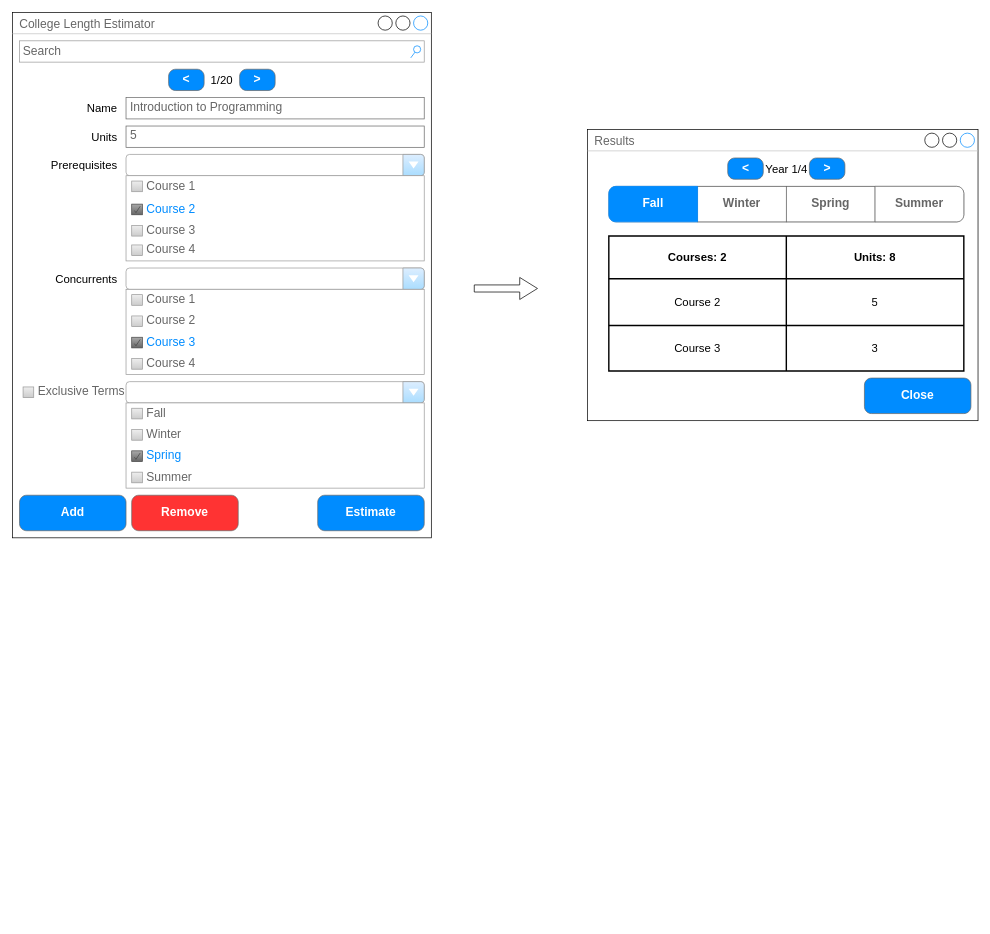
Above: page "Mock" (2 of 2) of docs/CLE.drawio in divark/college-length-estimator (draw.io), before the change. Source tidied: cells renumbered, new cells numbered last; positions are measured from the earlier drawing's top-left corner, leaving out a move shared by most shapes. Both pictures are drawn from the tidied source at 71%, with x=0, y=0 at pixel (12, 12).
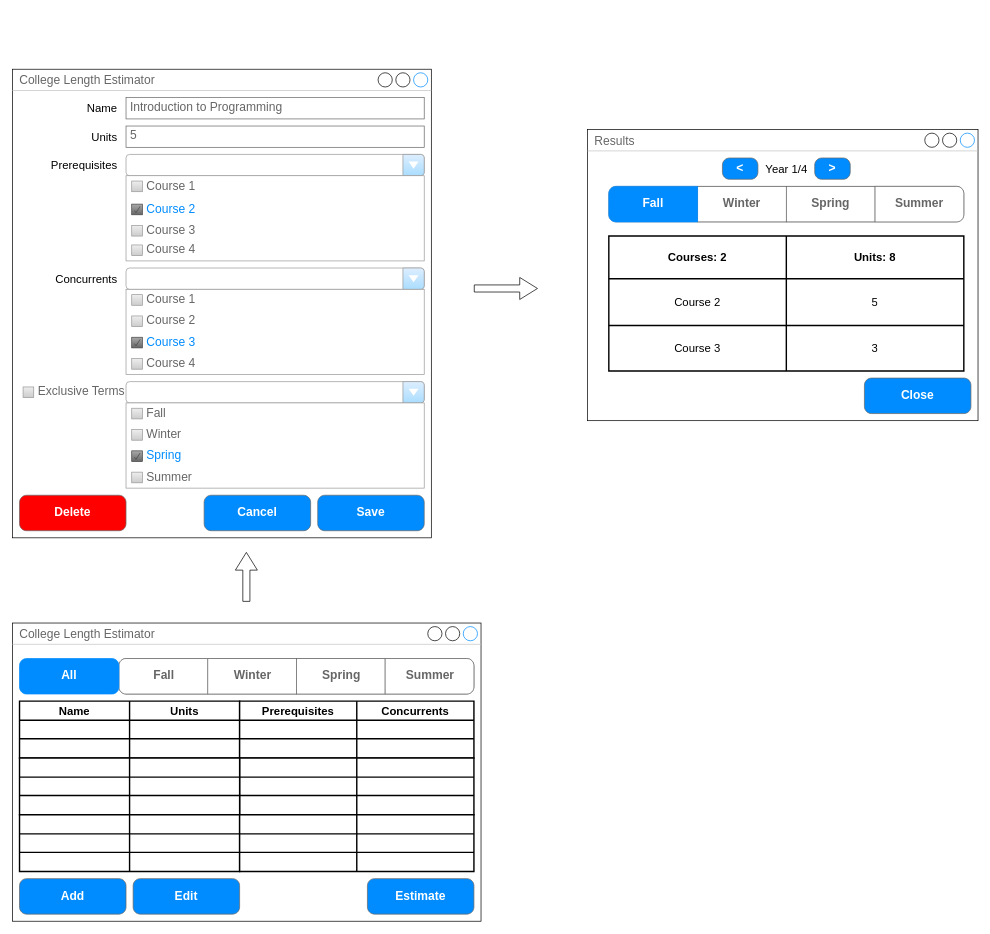
Above is the later version.

Commit message:
Updated mock diagram for new table style view.

The edit, as a diff of the source:
```diff
@@
     <mxCell id="2" value="College Length Estimator" style="strokeWidth=1;shadow=0;dashed=0;align=center;html=1;shape=mxgraph.mockup.containers.window;align=left;verticalAlign=top;spacingLeft=8;strokeColor2=#008cff;strokeColor3=#c4c4c4;fontColor=#666666;mainText=;fontSize=17;labelBackgroundColor=none;whiteSpace=wrap;" parent="1" vertex="1">
-      <mxGeometry width="590" height="740" as="geometry" />
+      <mxGeometry y="80" width="590" height="660" as="geometry" />
     </mxCell>
@@
-    <mxCell id="27" value="Search" style="strokeWidth=1;shadow=0;dashed=0;align=center;html=1;shape=mxgraph.mockup.forms.searchBox;strokeColor=#999999;mainText=;strokeColor2=#008cff;fontColor=#666666;fontSize=17;align=left;spacingLeft=3;whiteSpace=wrap;" parent="1" vertex="1">
-      <mxGeometry x="10" y="40" width="570" height="30" as="geometry" />
-    </mxCell>
@@
-    <mxCell id="29" value="Estimate" style="strokeWidth=1;shadow=0;dashed=0;align=center;html=1;shape=mxgraph.mockup.buttons.button;strokeColor=#666666;fontColor=#ffffff;mainText=;buttonStyle=round;fontSize=17;fontStyle=1;fillColor=#008cff;whiteSpace=wrap;" parent="1" vertex="1">
-      <mxGeometry x="430" y="680" width="150" height="50" as="geometry" />
-    </mxCell>
-    <mxCell id="30" value="1/20" style="text;html=1;strokeColor=none;fillColor=none;align=center;verticalAlign=middle;whiteSpace=wrap;rounded=0;fontSize=16;" parent="1" vertex="1">
-      <mxGeometry x="265" y="80" width="60" height="30" as="geometry" />
-    </mxCell>
-    <mxCell id="31" value="&amp;lt;" style="strokeWidth=1;shadow=0;dashed=0;align=center;html=1;shape=mxgraph.mockup.buttons.button;strokeColor=#666666;fontColor=#ffffff;mainText=;buttonStyle=round;fontSize=17;fontStyle=1;fillColor=#008cff;whiteSpace=wrap;" parent="1" vertex="1">
-      <mxGeometry x="220" y="80" width="50" height="30" as="geometry" />
-    </mxCell>
-    <mxCell id="32" value="&amp;gt;" style="strokeWidth=1;shadow=0;dashed=0;align=center;html=1;shape=mxgraph.mockup.buttons.button;strokeColor=#666666;fontColor=#ffffff;mainText=;buttonStyle=round;fontSize=17;fontStyle=1;fillColor=#008cff;whiteSpace=wrap;" parent="1" vertex="1">
-      <mxGeometry x="320" y="80" width="50" height="30" as="geometry" />
-    </mxCell>
-    <mxCell id="33" value="Add" style="strokeWidth=1;shadow=0;dashed=0;align=center;html=1;shape=mxgraph.mockup.buttons.button;strokeColor=#666666;fontColor=#ffffff;mainText=;buttonStyle=round;fontSize=17;fontStyle=1;fillColor=#008cff;whiteSpace=wrap;" parent="1" vertex="1">
-      <mxGeometry x="10" y="680" width="150" height="50" as="geometry" />
-    </mxCell>
-    <mxCell id="34" value="Remove" style="strokeWidth=1;shadow=0;dashed=0;align=center;html=1;shape=mxgraph.mockup.buttons.button;strokeColor=#666666;fontColor=#ffffff;mainText=;buttonStyle=round;fontSize=17;fontStyle=1;fillColor=#FF3333;whiteSpace=wrap;" parent="1" vertex="1">
-      <mxGeometry x="168" y="680" width="150" height="50" as="geometry" />
-    </mxCell>
@@
     <mxCell id="42" value="&amp;lt;" style="strokeWidth=1;shadow=0;dashed=0;align=center;html=1;shape=mxgraph.mockup.buttons.button;strokeColor=#666666;fontColor=#ffffff;mainText=;buttonStyle=round;fontSize=17;fontStyle=1;fillColor=#008cff;whiteSpace=wrap;" parent="1" vertex="1">
-      <mxGeometry x="1007.5" y="205" width="50" height="30" as="geometry" />
+      <mxGeometry x="1000" y="205" width="50" height="30" as="geometry" />
     </mxCell>
     <mxCell id="43" value="&amp;gt;" style="strokeWidth=1;shadow=0;dashed=0;align=center;html=1;shape=mxgraph.mockup.buttons.button;strokeColor=#666666;fontColor=#ffffff;mainText=;buttonStyle=round;fontSize=17;fontStyle=1;fillColor=#008cff;whiteSpace=wrap;" parent="1" vertex="1">
-      <mxGeometry x="1122.5" y="205" width="50" height="30" as="geometry" />
+      <mxGeometry x="1130" y="205" width="50" height="30" as="geometry" />
     </mxCell>
@@
+    <mxCell id="56" value="Save" style="strokeWidth=1;shadow=0;dashed=0;align=center;html=1;shape=mxgraph.mockup.buttons.button;strokeColor=#666666;fontColor=#ffffff;mainText=;buttonStyle=round;fontSize=17;fontStyle=1;fillColor=#008cff;whiteSpace=wrap;" parent="1" vertex="1">
+      <mxGeometry x="430" y="680" width="150" height="50" as="geometry" />
+    </mxCell>
+    <mxCell id="57" value="Cancel" style="strokeWidth=1;shadow=0;dashed=0;align=center;html=1;shape=mxgraph.mockup.buttons.button;strokeColor=#666666;fontColor=#ffffff;mainText=;buttonStyle=round;fontSize=17;fontStyle=1;fillColor=#008cff;whiteSpace=wrap;" parent="1" vertex="1">
+      <mxGeometry x="270" y="680" width="150" height="50" as="geometry" />
+    </mxCell>
+    <mxCell id="58" value="College Length Estimator" style="strokeWidth=1;shadow=0;dashed=0;align=center;html=1;shape=mxgraph.mockup.containers.window;align=left;verticalAlign=top;spacingLeft=8;strokeColor2=#008cff;strokeColor3=#c4c4c4;fontColor=#666666;mainText=;fontSize=17;labelBackgroundColor=none;" parent="1" vertex="1">
+      <mxGeometry y="860" width="660" height="420" as="geometry" />
+    </mxCell>
+    <mxCell id="59" style="shape=table;html=1;whiteSpace=wrap;startSize=0;childLayout=tableLayout;strokeWidth=2;fontSize=16;" parent="1" vertex="1">
+      <mxGeometry x="10" y="970" width="310" height="80" as="geometry" />
+    </mxCell>
+    <mxCell id="60" style="shape=tableRow;horizontal=0;startSize=0;swimlaneHead=0;swimlaneBody=0;top=0;left=0;bottom=0;right=0;fillColor=none;fontSize=16;" parent="59" vertex="1">
+      <mxGeometry width="310" height="27" as="geometry" />
+    </mxCell>
+    <mxCell id="61" value="Name" style="shape=partialRectangle;html=1;whiteSpace=wrap;fillColor=none;top=0;left=0;bottom=0;right=0;overflow=hidden;fontStyle=1;fontSize=16;" parent="60" vertex="1">
+      <mxGeometry width="155" height="27" as="geometry" />
+    </mxCell>
+    <mxCell id="62" value="Units" style="shape=partialRectangle;html=1;whiteSpace=wrap;fillColor=none;top=0;left=0;bottom=0;right=0;overflow=hidden;fontStyle=1;fontSize=16;" parent="60" vertex="1">
+      <mxGeometry x="155" width="155" height="27" as="geometry" />
+    </mxCell>
+    <mxCell id="63" style="shape=tableRow;horizontal=0;startSize=0;swimlaneHead=0;swimlaneBody=0;top=0;left=0;bottom=0;right=0;fillColor=none;fontSize=16;" parent="59" vertex="1">
+      <mxGeometry y="27" width="310" height="26" as="geometry" />
+    </mxCell>
+    <mxCell id="64" style="shape=partialRectangle;html=1;whiteSpace=wrap;fillColor=none;top=0;left=0;bottom=0;right=0;overflow=hidden;fontSize=16;" parent="63" vertex="1">
+      <mxGeometry width="155" height="26" as="geometry" />
+    </mxCell>
+    <mxCell id="65" style="shape=partialRectangle;html=1;whiteSpace=wrap;fillColor=none;top=0;left=0;bottom=0;right=0;overflow=hidden;fontSize=16;" parent="63" vertex="1">
+      <mxGeometry x="155" width="155" height="26" as="geometry" />
+    </mxCell>
+    <mxCell id="66" style="shape=tableRow;horizontal=0;startSize=0;swimlaneHead=0;swimlaneBody=0;top=0;left=0;bottom=0;right=0;fillColor=none;fontSize=16;" parent="59" vertex="1">
+      <mxGeometry y="53" width="310" height="27" as="geometry" />
+    </mxCell>
+    <mxCell id="67" style="shape=partialRectangle;html=1;whiteSpace=wrap;fillColor=none;top=0;left=0;bottom=0;right=0;overflow=hidden;fontSize=16;" parent="66" vertex="1">
+      <mxGeometry width="155" height="27" as="geometry" />
+    </mxCell>
+    <mxCell id="68" style="shape=partialRectangle;html=1;whiteSpace=wrap;fillColor=none;top=0;left=0;bottom=0;right=0;overflow=hidden;fontSize=16;" parent="66" vertex="1">
+      <mxGeometry x="155" width="155" height="27" as="geometry" />
+    </mxCell>
+    <mxCell id="69" style="shape=table;html=1;whiteSpace=wrap;startSize=0;childLayout=tableLayout;strokeWidth=2;fontSize=16;" parent="1" vertex="1">
+      <mxGeometry x="320" y="970" width="330" height="80" as="geometry" />
+    </mxCell>
+    <mxCell id="70" style="shape=tableRow;horizontal=0;startSize=0;swimlaneHead=0;swimlaneBody=0;top=0;left=0;bottom=0;right=0;fillColor=none;fontSize=16;" parent="69" vertex="1">
+      <mxGeometry width="330" height="27" as="geometry" />
+    </mxCell>
+    <mxCell id="71" value="Prerequisites" style="shape=partialRectangle;html=1;whiteSpace=wrap;fillColor=none;top=0;left=0;bottom=0;right=0;overflow=hidden;fontStyle=1;fontSize=16;" parent="70" vertex="1">
+      <mxGeometry width="165" height="27" as="geometry" />
+    </mxCell>
+    <mxCell id="72" value="Concurrents" style="shape=partialRectangle;html=1;whiteSpace=wrap;fillColor=none;top=0;left=0;bottom=0;right=0;overflow=hidden;fontStyle=1;fontSize=16;" parent="70" vertex="1">
+      <mxGeometry x="165" width="165" height="27" as="geometry" />
+    </mxCell>
+    <mxCell id="73" style="shape=tableRow;horizontal=0;startSize=0;swimlaneHead=0;swimlaneBody=0;top=0;left=0;bottom=0;right=0;fillColor=none;fontSize=16;" parent="69" vertex="1">
+      <mxGeometry y="27" width="330" height="26" as="geometry" />
+    </mxCell>
+    <mxCell id="74" style="shape=partialRectangle;html=1;whiteSpace=wrap;fillColor=none;top=0;left=0;bottom=0;right=0;overflow=hidden;fontSize=16;" parent="73" vertex="1">
+      <mxGeometry width="165" height="26" as="geometry" />
+    </mxCell>
+    <mxCell id="75" style="shape=partialRectangle;html=1;whiteSpace=wrap;fillColor=none;top=0;left=0;bottom=0;right=0;overflow=hidden;fontSize=16;" parent="73" vertex="1">
+      <mxGeometry x="165" width="165" height="26" as="geometry" />
+    </mxCell>
+    <mxCell id="76" style="shape=tableRow;horizontal=0;startSize=0;swimlaneHead=0;swimlaneBody=0;top=0;left=0;bottom=0;right=0;fillColor=none;fontSize=16;" parent="69" vertex="1">
+      <mxGeometry y="53" width="330" height="27" as="geometry" />
+    </mxCell>
+    <mxCell id="77" style="shape=partialRectangle;html=1;whiteSpace=wrap;fillColor=none;top=0;left=0;bottom=0;right=0;overflow=hidden;fontSize=16;" parent="76" vertex="1">
+      <mxGeometry width="165" height="27" as="geometry" />
+    </mxCell>
+    <mxCell id="78" style="shape=partialRectangle;html=1;whiteSpace=wrap;fillColor=none;top=0;left=0;bottom=0;right=0;overflow=hidden;fontSize=16;" parent="76" vertex="1">
+      <mxGeometry x="165" width="165" height="27" as="geometry" />
+    </mxCell>
+    <mxCell id="79" style="strokeWidth=1;shadow=0;dashed=0;align=center;html=1;shape=mxgraph.mockup.rrect;rSize=10;fillColor=#ffffff;strokeColor=#666666;sketch=0;fontSize=16;" parent="1" vertex="1">
+      <mxGeometry x="150" y="910" width="500" height="50" as="geometry" />
+    </mxCell>
+    <mxCell id="80" value="Winter" style="strokeColor=inherit;fillColor=inherit;gradientColor=inherit;strokeWidth=1;shadow=0;dashed=0;align=center;html=1;shape=mxgraph.mockup.rrect;rSize=0;fontSize=17;fontColor=#666666;fontStyle=1;sketch=0;" parent="79" vertex="1">
+      <mxGeometry width="125" height="50" relative="1" as="geometry">
+        <mxPoint x="125" as="offset" />
+      </mxGeometry>
+    </mxCell>
+    <mxCell id="81" value="Spring" style="strokeColor=inherit;fillColor=inherit;gradientColor=inherit;strokeWidth=1;shadow=0;dashed=0;align=center;html=1;shape=mxgraph.mockup.rrect;rSize=0;fontSize=17;fontColor=#666666;fontStyle=1;sketch=0;" parent="79" vertex="1">
+      <mxGeometry width="125" height="50" relative="1" as="geometry">
+        <mxPoint x="250" as="offset" />
+      </mxGeometry>
+    </mxCell>
+    <mxCell id="82" value="Summer" style="strokeColor=inherit;fillColor=inherit;gradientColor=inherit;strokeWidth=1;shadow=0;dashed=0;align=center;html=1;shape=mxgraph.mockup.rightButton;rSize=10;fontSize=17;fontColor=#666666;fontStyle=1;sketch=0;" parent="79" vertex="1">
+      <mxGeometry x="1" width="125" height="50" relative="1" as="geometry">
+        <mxPoint x="-125" as="offset" />
+      </mxGeometry>
+    </mxCell>
+    <mxCell id="83" value="Fall" style="strokeWidth=1;shadow=0;dashed=0;align=center;html=1;shape=mxgraph.mockup.leftButton;rSize=10;fontSize=17;fontColor=#666666;fontStyle=1;fillColor=inherit;strokeColor=inherit;sketch=0;gradientColor=inherit;" parent="79" vertex="1">
+      <mxGeometry width="125" height="50" relative="1" as="geometry" />
+    </mxCell>
+    <mxCell id="29" value="Estimate" style="strokeWidth=1;shadow=0;dashed=0;align=center;html=1;shape=mxgraph.mockup.buttons.button;strokeColor=#666666;fontColor=#ffffff;mainText=;buttonStyle=round;fontSize=17;fontStyle=1;fillColor=#008cff;whiteSpace=wrap;sketch=0;" parent="1" vertex="1">
+      <mxGeometry x="500" y="1220" width="150" height="50" as="geometry" />
+    </mxCell>
+    <mxCell id="84" style="shape=table;html=1;whiteSpace=wrap;startSize=0;childLayout=tableLayout;strokeWidth=2;fontSize=16;" parent="1" vertex="1">
+      <mxGeometry x="320" y="1050" width="330" height="80" as="geometry" />
+    </mxCell>
+    <mxCell id="85" style="shape=tableRow;horizontal=0;startSize=0;swimlaneHead=0;swimlaneBody=0;top=0;left=0;bottom=0;right=0;fillColor=none;fontSize=16;" parent="84" vertex="1">
+      <mxGeometry width="330" height="27" as="geometry" />
+    </mxCell>
+    <mxCell id="86" style="shape=partialRectangle;html=1;whiteSpace=wrap;fillColor=none;top=0;left=0;bottom=0;right=0;overflow=hidden;fontStyle=1;fontSize=16;" parent="85" vertex="1">
+      <mxGeometry width="165" height="27" as="geometry" />
+    </mxCell>
+    <mxCell id="87" style="shape=partialRectangle;html=1;whiteSpace=wrap;fillColor=none;top=0;left=0;bottom=0;right=0;overflow=hidden;fontStyle=1;fontSize=16;" parent="85" vertex="1">
+      <mxGeometry x="165" width="165" height="27" as="geometry" />
+    </mxCell>
+    <mxCell id="88" style="shape=tableRow;horizontal=0;startSize=0;swimlaneHead=0;swimlaneBody=0;top=0;left=0;bottom=0;right=0;fillColor=none;fontSize=16;" parent="84" vertex="1">
+      <mxGeometry y="27" width="330" height="26" as="geometry" />
+    </mxCell>
+    <mxCell id="89" style="shape=partialRectangle;html=1;whiteSpace=wrap;fillColor=none;top=0;left=0;bottom=0;right=0;overflow=hidden;fontSize=16;" parent="88" vertex="1">
+      <mxGeometry width="165" height="26" as="geometry" />
+    </mxCell>
+    <mxCell id="90" style="shape=partialRectangle;html=1;whiteSpace=wrap;fillColor=none;top=0;left=0;bottom=0;right=0;overflow=hidden;fontSize=16;" parent="88" vertex="1">
+      <mxGeometry x="165" width="165" height="26" as="geometry" />
+    </mxCell>
+    <mxCell id="91" style="shape=tableRow;horizontal=0;startSize=0;swimlaneHead=0;swimlaneBody=0;top=0;left=0;bottom=0;right=0;fillColor=none;fontSize=16;" parent="84" vertex="1">
+      <mxGeometry y="53" width="330" height="27" as="geometry" />
+    </mxCell>
+    <mxCell id="92" style="shape=partialRectangle;html=1;whiteSpace=wrap;fillColor=none;top=0;left=0;bottom=0;right=0;overflow=hidden;fontSize=16;" parent="91" vertex="1">
+      <mxGeometry width="165" height="27" as="geometry" />
+    </mxCell>
+    <mxCell id="93" style="shape=partialRectangle;html=1;whiteSpace=wrap;fillColor=none;top=0;left=0;bottom=0;right=0;overflow=hidden;fontSize=16;" parent="91" vertex="1">
+      <mxGeometry x="165" width="165" height="27" as="geometry" />
+    </mxCell>
+    <mxCell id="94" style="shape=table;html=1;whiteSpace=wrap;startSize=0;childLayout=tableLayout;strokeWidth=2;fontSize=16;" parent="1" vertex="1">
+      <mxGeometry x="10" y="1050" width="310" height="80" as="geometry" />
+    </mxCell>
+    <mxCell id="95" style="shape=tableRow;horizontal=0;startSize=0;swimlaneHead=0;swimlaneBody=0;top=0;left=0;bottom=0;right=0;fillColor=none;fontSize=16;" parent="94" vertex="1">
+      <mxGeometry width="310" height="27" as="geometry" />
+    </mxCell>
+    <mxCell id="96" style="shape=partialRectangle;html=1;whiteSpace=wrap;fillColor=none;top=0;left=0;bottom=0;right=0;overflow=hidden;fontStyle=1;fontSize=16;" parent="95" vertex="1">
+      <mxGeometry width="155" height="27" as="geometry" />
+    </mxCell>
+    <mxCell id="97" style="shape=partialRectangle;html=1;whiteSpace=wrap;fillColor=none;top=0;left=0;bottom=0;right=0;overflow=hidden;fontStyle=1;fontSize=16;" parent="95" vertex="1">
+      <mxGeometry x="155" width="155" height="27" as="geometry" />
+    </mxCell>
+    <mxCell id="98" style="shape=tableRow;horizontal=0;startSize=0;swimlaneHead=0;swimlaneBody=0;top=0;left=0;bottom=0;right=0;fillColor=none;fontSize=16;" parent="94" vertex="1">
+      <mxGeometry y="27" width="310" height="26" as="geometry" />
+    </mxCell>
+    <mxCell id="99" style="shape=partialRectangle;html=1;whiteSpace=wrap;fillColor=none;top=0;left=0;bottom=0;right=0;overflow=hidden;fontSize=16;" parent="98" vertex="1">
+      <mxGeometry width="155" height="26" as="geometry" />
+    </mxCell>
+    <mxCell id="100" style="shape=partialRectangle;html=1;whiteSpace=wrap;fillColor=none;top=0;left=0;bottom=0;right=0;overflow=hidden;fontSize=16;" parent="98" vertex="1">
+      <mxGeometry x="155" width="155" height="26" as="geometry" />
+    </mxCell>
+    <mxCell id="101" style="shape=tableRow;horizontal=0;startSize=0;swimlaneHead=0;swimlaneBody=0;top=0;left=0;bottom=0;right=0;fillColor=none;fontSize=16;" parent="94" vertex="1">
+      <mxGeometry y="53" width="310" height="27" as="geometry" />
+    </mxCell>
+    <mxCell id="102" style="shape=partialRectangle;html=1;whiteSpace=wrap;fillColor=none;top=0;left=0;bottom=0;right=0;overflow=hidden;fontSize=16;" parent="101" vertex="1">
+      <mxGeometry width="155" height="27" as="geometry" />
+    </mxCell>
+    <mxCell id="103" style="shape=partialRectangle;html=1;whiteSpace=wrap;fillColor=none;top=0;left=0;bottom=0;right=0;overflow=hidden;fontSize=16;" parent="101" vertex="1">
+      <mxGeometry x="155" width="155" height="27" as="geometry" />
+    </mxCell>
+    <mxCell id="104" style="shape=table;html=1;whiteSpace=wrap;startSize=0;childLayout=tableLayout;strokeWidth=2;fontSize=16;" parent="1" vertex="1">
+      <mxGeometry x="10" y="1130" width="310" height="80" as="geometry" />
+    </mxCell>
+    <mxCell id="105" style="shape=tableRow;horizontal=0;startSize=0;swimlaneHead=0;swimlaneBody=0;top=0;left=0;bottom=0;right=0;fillColor=none;fontSize=16;" parent="104" vertex="1">
+      <mxGeometry width="310" height="27" as="geometry" />
+    </mxCell>
+    <mxCell id="106" style="shape=partialRectangle;html=1;whiteSpace=wrap;fillColor=none;top=0;left=0;bottom=0;right=0;overflow=hidden;fontStyle=1;fontSize=16;" parent="105" vertex="1">
+      <mxGeometry width="155" height="27" as="geometry" />
+    </mxCell>
+    <mxCell id="107" style="shape=partialRectangle;html=1;whiteSpace=wrap;fillColor=none;top=0;left=0;bottom=0;right=0;overflow=hidden;fontStyle=1;fontSize=16;" parent="105" vertex="1">
+      <mxGeometry x="155" width="155" height="27" as="geometry" />
+    </mxCell>
+    <mxCell id="108" style="shape=tableRow;horizontal=0;startSize=0;swimlaneHead=0;swimlaneBody=0;top=0;left=0;bottom=0;right=0;fillColor=none;fontSize=16;" parent="104" vertex="1">
+      <mxGeometry y="27" width="310" height="26" as="geometry" />
+    </mxCell>
+    <mxCell id="109" style="shape=partialRectangle;html=1;whiteSpace=wrap;fillColor=none;top=0;left=0;bottom=0;right=0;overflow=hidden;fontSize=16;" parent="108" vertex="1">
+      <mxGeometry width="155" height="26" as="geometry" />
+    </mxCell>
+    <mxCell id="110" style="shape=partialRectangle;html=1;whiteSpace=wrap;fillColor=none;top=0;left=0;bottom=0;right=0;overflow=hidden;fontSize=16;" parent="108" vertex="1">
+      <mxGeometry x="155" width="155" height="26" as="geometry" />
+    </mxCell>
+    <mxCell id="111" style="shape=tableRow;horizontal=0;startSize=0;swimlaneHead=0;swimlaneBody=0;top=0;left=0;bottom=0;right=0;fillColor=none;fontSize=16;" parent="104" vertex="1">
+      <mxGeometry y="53" width="310" height="27" as="geometry" />
+    </mxCell>
+    <mxCell id="112" style="shape=partialRectangle;html=1;whiteSpace=wrap;fillColor=none;top=0;left=0;bottom=0;right=0;overflow=hidden;fontSize=16;" parent="111" vertex="1">
+      <mxGeometry width="155" height="27" as="geometry" />
+    </mxCell>
+    <mxCell id="113" style="shape=partialRectangle;html=1;whiteSpace=wrap;fillColor=none;top=0;left=0;bottom=0;right=0;overflow=hidden;fontSize=16;" parent="111" vertex="1">
+      <mxGeometry x="155" width="155" height="27" as="geometry" />
+    </mxCell>
+    <mxCell id="114" style="shape=table;html=1;whiteSpace=wrap;startSize=0;childLayout=tableLayout;strokeWidth=2;fontSize=16;" parent="1" vertex="1">
+      <mxGeometry x="320" y="1130" width="330" height="80" as="geometry" />
+    </mxCell>
+    <mxCell id="115" style="shape=tableRow;horizontal=0;startSize=0;swimlaneHead=0;swimlaneBody=0;top=0;left=0;bottom=0;right=0;fillColor=none;fontSize=16;" parent="114" vertex="1">
+      <mxGeometry width="330" height="27" as="geometry" />
+    </mxCell>
+    <mxCell id="116" style="shape=partialRectangle;html=1;whiteSpace=wrap;fillColor=none;top=0;left=0;bottom=0;right=0;overflow=hidden;fontStyle=1;fontSize=16;" parent="115" vertex="1">
+      <mxGeometry width="165" height="27" as="geometry" />
+    </mxCell>
+    <mxCell id="117" style="shape=partialRectangle;html=1;whiteSpace=wrap;fillColor=none;top=0;left=0;bottom=0;right=0;overflow=hidden;fontStyle=1;fontSize=16;" parent="115" vertex="1">
+      <mxGeometry x="165" width="165" height="27" as="geometry" />
+    </mxCell>
+    <mxCell id="118" style="shape=tableRow;horizontal=0;startSize=0;swimlaneHead=0;swimlaneBody=0;top=0;left=0;bottom=0;right=0;fillColor=none;fontSize=16;" parent="114" vertex="1">
+      <mxGeometry y="27" width="330" height="26" as="geometry" />
+    </mxCell>
+    <mxCell id="119" style="shape=partialRectangle;html=1;whiteSpace=wrap;fillColor=none;top=0;left=0;bottom=0;right=0;overflow=hidden;fontSize=16;" parent="118" vertex="1">
+      <mxGeometry width="165" height="26" as="geometry" />
+    </mxCell>
+    <mxCell id="120" style="shape=partialRectangle;html=1;whiteSpace=wrap;fillColor=none;top=0;left=0;bottom=0;right=0;overflow=hidden;fontSize=16;" parent="118" vertex="1">
+      <mxGeometry x="165" width="165" height="26" as="geometry" />
+    </mxCell>
+    <mxCell id="121" style="shape=tableRow;horizontal=0;startSize=0;swimlaneHead=0;swimlaneBody=0;top=0;left=0;bottom=0;right=0;fillColor=none;fontSize=16;" parent="114" vertex="1">
+      <mxGeometry y="53" width="330" height="27" as="geometry" />
+    </mxCell>
+    <mxCell id="122" style="shape=partialRectangle;html=1;whiteSpace=wrap;fillColor=none;top=0;left=0;bottom=0;right=0;overflow=hidden;fontSize=16;" parent="121" vertex="1">
+      <mxGeometry width="165" height="27" as="geometry" />
+    </mxCell>
+    <mxCell id="123" style="shape=partialRectangle;html=1;whiteSpace=wrap;fillColor=none;top=0;left=0;bottom=0;right=0;overflow=hidden;fontSize=16;" parent="121" vertex="1">
+      <mxGeometry x="165" width="165" height="27" as="geometry" />
+    </mxCell>
+    <mxCell id="33" value="Add" style="strokeWidth=1;shadow=0;dashed=0;align=center;html=1;shape=mxgraph.mockup.buttons.button;strokeColor=#666666;fontColor=#ffffff;mainText=;buttonStyle=round;fontSize=17;fontStyle=1;fillColor=#008cff;whiteSpace=wrap;sketch=0;" parent="1" vertex="1">
+      <mxGeometry x="10" y="1220" width="150" height="50" as="geometry" />
+    </mxCell>
+    <mxCell id="124" value="Edit" style="strokeWidth=1;shadow=0;dashed=0;align=center;html=1;shape=mxgraph.mockup.buttons.button;strokeColor=#666666;fontColor=#ffffff;mainText=;buttonStyle=round;fontSize=17;fontStyle=1;fillColor=#008cff;whiteSpace=wrap;sketch=0;" parent="1" vertex="1">
+      <mxGeometry x="170" y="1220" width="150" height="50" as="geometry" />
+    </mxCell>
+    <mxCell id="125" value="Delete" style="strokeWidth=1;shadow=0;dashed=0;align=center;html=1;shape=mxgraph.mockup.buttons.button;strokeColor=#666666;fontColor=#ffffff;mainText=;buttonStyle=round;fontSize=17;fontStyle=1;fillColor=#FF0000;whiteSpace=wrap;sketch=0;" parent="1" vertex="1">
+      <mxGeometry x="10" y="680" width="150" height="50" as="geometry" />
+    </mxCell>
+    <mxCell id="126" value="All" style="strokeWidth=1;shadow=0;dashed=0;align=center;html=1;shape=mxgraph.mockup.buttons.button;strokeColor=#008cff;fontColor=#ffffff;mainText=;buttonStyle=round;fontSize=17;fontStyle=1;fillColor=#008cff;whiteSpace=wrap;sketch=0;" parent="1" vertex="1">
+      <mxGeometry x="10" y="910" width="140" height="50" as="geometry" />
+    </mxCell>
+    <mxCell id="127" style="shape=flexArrow;endArrow=classic;html=1;rounded=0;fontSize=12;startSize=8;endSize=8;curved=1;" parent="1" edge="1">
+      <mxGeometry relative="1" as="geometry">
+        <mxPoint x="329.5" y="830" as="sourcePoint" />
+        <mxPoint x="329.5" y="760" as="targetPoint" />
+      </mxGeometry>
+    </mxCell>
```
